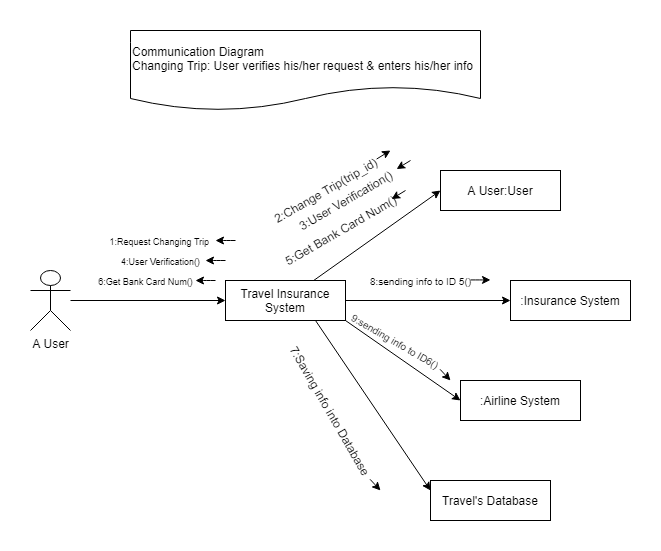
Above: Lab-07 (Sequence Diagram)/Communication Diagram/Communication-ChangeTrip.png in travel-insurance-worker/SE1-Project-material (draw.io), before the change. Source tidied: cells renumbered, new cells last; positions are measured from the earlier drawing's top-left corner, leaving out a move shared by most shapes. Source of this version:
```xml
<mxGraphModel>
  <root>
    <mxCell id="0" />
    <mxCell id="1" parent="0" />
    <mxCell id="2" value="Communication Diagram&lt;br&gt;Changing Trip: User verifies his/her request &amp;amp; enters his/her info&amp;nbsp;" style="shape=document;whiteSpace=wrap;html=1;boundedLbl=1;align=left;" parent="1" vertex="1">
      <mxGeometry x="100" width="350" height="80" as="geometry" />
    </mxCell>
    <mxCell id="3" value=":Airline System" style="rounded=0;whiteSpace=wrap;html=1;" parent="1" vertex="1">
      <mxGeometry x="430" y="350" width="120" height="40" as="geometry" />
    </mxCell>
    <mxCell id="4" value=":Insurance System" style="rounded=0;whiteSpace=wrap;html=1;" parent="1" vertex="1">
      <mxGeometry x="480" y="250" width="120" height="40" as="geometry" />
    </mxCell>
    <mxCell id="5" style="rounded=0;jettySize=auto;html=1;entryX=0;entryY=0.5;entryDx=0;entryDy=0;" parent="1" edge="1" source="9" target="10">
      <mxGeometry relative="1" as="geometry" />
    </mxCell>
    <mxCell id="6" style="edgeStyle=none;rounded=0;jettySize=auto;html=1;entryX=0;entryY=0.5;entryDx=0;entryDy=0;" parent="1" edge="1" source="9" target="4">
      <mxGeometry relative="1" as="geometry" />
    </mxCell>
    <mxCell id="7" style="edgeStyle=none;rounded=0;jettySize=auto;html=1;exitX=1;exitY=1;exitDx=0;exitDy=0;entryX=0;entryY=0.5;entryDx=0;entryDy=0;" parent="1" edge="1" source="9" target="3">
      <mxGeometry relative="1" as="geometry" />
    </mxCell>
    <mxCell id="8" style="edgeStyle=none;rounded=0;jettySize=auto;html=1;exitX=0.75;exitY=1;exitDx=0;exitDy=0;entryX=0;entryY=0.25;entryDx=0;entryDy=0;" parent="1" edge="1" source="9" target="25">
      <mxGeometry relative="1" as="geometry" />
    </mxCell>
    <mxCell id="9" value="Travel Insurance System" style="rounded=0;whiteSpace=wrap;html=1;" parent="1" vertex="1">
      <mxGeometry x="195" y="250" width="120" height="40" as="geometry" />
    </mxCell>
    <mxCell id="10" value="A User:User" style="rounded=0;whiteSpace=wrap;html=1;" parent="1" vertex="1">
      <mxGeometry x="410" y="140" width="120" height="40" as="geometry" />
    </mxCell>
    <mxCell id="11" style="edgeStyle=none;rounded=0;jettySize=auto;html=1;entryX=0;entryY=0.5;entryDx=0;entryDy=0;" parent="1" edge="1" source="12" target="9">
      <mxGeometry relative="1" as="geometry" />
    </mxCell>
    <mxCell id="12" value="A User" style="shape=umlActor;verticalLabelPosition=bottom;labelBackgroundColor=#ffffff;verticalAlign=top;html=1;outlineConnect=0;" parent="1" vertex="1">
      <mxGeometry y="240" width="40" height="60" as="geometry" />
    </mxCell>
    <mxCell id="13" value="&lt;font style=&quot;font-size: 9px&quot;&gt;1:Request Changing Trip&amp;nbsp;&lt;/font&gt;" style="text;html=1;align=center;verticalAlign=middle;" parent="1" vertex="1">
      <mxGeometry x="70" y="200" width="120" height="20" as="geometry" />
    </mxCell>
    <mxCell id="14" value="&lt;span style=&quot;color: rgba(0 , 0 , 0 , 0) ; font-family: monospace ; font-size: 0px&quot;&gt;%3CmxGraphModel%3E%3Croot%3E%3CmxCell%20id%3D%220%22%2F%3E%3CmxCell%20id%3D%221%22%20parent%3D%220%22%2F%3E%3CmxCell%20id%3D%222%22%20value%3D%22%22%20style%3D%22endArrow%3Dclassic%3Bhtml%3D1%3B%22%20edge%3D%221%22%20parent%3D%221%22%3E%3CmxGeometry%20width%3D%2250%22%20height%3D%2250%22%20relative%3D%221%22%20as%3D%22geometry%22%3E%3CmxPoint%20x%3D%22370%22%20y%3D%22120%22%20as%3D%22sourcePoint%22%2F%3E%3CmxPoint%20x%3D%22330%22%20y%3D%22120%22%20as%3D%22targetPoint%22%2F%3E%3CArray%20as%3D%22points%22%3E%3CmxPoint%20x%3D%22370%22%20y%3D%22120%22%2F%3E%3C%2FArray%3E%3C%2FmxGeometry%3E%3C%2FmxCell%3E%3C%2Froot%3E%3C%2FmxGraphModel%3E&lt;/span&gt;2:Change Trip(trip_id)" style="text;html=1;align=center;verticalAlign=middle;rotation=-30;" parent="1" vertex="1">
      <mxGeometry x="230" y="150" width="130" height="20" as="geometry" />
    </mxCell>
    <mxCell id="15" value="3:User Verification()" style="text;html=1;align=center;verticalAlign=middle;points=[];rotation=-30;" parent="1" vertex="1">
      <mxGeometry x="255" y="160" width="120" height="20" as="geometry" />
    </mxCell>
    <mxCell id="16" style="endArrow=classic;html=1;" parent="1" edge="1">
      <mxGeometry relative="1" as="geometry">
        <mxPoint x="195" y="230" as="sourcePoint" />
        <mxPoint x="175" y="230" as="targetPoint" />
        <Array as="points">
          <mxPoint x="185" y="230" />
        </Array>
      </mxGeometry>
    </mxCell>
    <mxCell id="17" style="endArrow=classic;html=1;" parent="1" edge="1" target="15">
      <mxGeometry relative="1" as="geometry">
        <mxPoint x="380" y="130" as="sourcePoint" />
      </mxGeometry>
    </mxCell>
    <mxCell id="18" style="endArrow=classic;html=1;" parent="1" edge="1">
      <mxGeometry relative="1" as="geometry">
        <mxPoint x="346.1" y="128.5" as="sourcePoint" />
        <mxPoint x="360" y="120" as="targetPoint" />
      </mxGeometry>
    </mxCell>
    <mxCell id="19" value="&lt;font style=&quot;font-size: 9px&quot;&gt;4:User Verification()&lt;/font&gt;" style="text;html=1;align=center;verticalAlign=middle;" parent="1" vertex="1">
      <mxGeometry x="85" y="220" width="90" height="20" as="geometry" />
    </mxCell>
    <mxCell id="20" style="endArrow=classic;html=1;" parent="1" edge="1">
      <mxGeometry relative="1" as="geometry">
        <mxPoint x="205" y="210" as="sourcePoint" />
        <mxPoint x="185" y="210" as="targetPoint" />
        <Array as="points">
          <mxPoint x="195" y="210" />
        </Array>
      </mxGeometry>
    </mxCell>
    <mxCell id="21" value="5:Get Bank Card Num()" style="text;html=1;align=center;verticalAlign=middle;rotation=-30;" parent="1" vertex="1">
      <mxGeometry x="240" y="190" width="140" height="20" as="geometry" />
    </mxCell>
    <mxCell id="22" style="endArrow=classic;html=1;" parent="1" edge="1">
      <mxGeometry relative="1" as="geometry">
        <mxPoint x="375" y="160" as="sourcePoint" />
        <mxPoint x="361.1" y="168.5" as="targetPoint" />
      </mxGeometry>
    </mxCell>
    <mxCell id="23" value="&lt;font style=&quot;font-size: 9px&quot;&gt;6:Get Bank Card Num()&lt;/font&gt;" style="text;html=1;align=center;verticalAlign=middle;" parent="1" vertex="1">
      <mxGeometry x="60" y="240" width="110" height="20" as="geometry" />
    </mxCell>
    <mxCell id="24" style="endArrow=classic;html=1;" parent="1" edge="1">
      <mxGeometry relative="1" as="geometry">
        <mxPoint x="185" y="250" as="sourcePoint" />
        <mxPoint x="165" y="250" as="targetPoint" />
        <Array as="points">
          <mxPoint x="175" y="250" />
        </Array>
      </mxGeometry>
    </mxCell>
    <mxCell id="25" value="Travel's Database" style="rounded=0;whiteSpace=wrap;html=1;" parent="1" vertex="1">
      <mxGeometry x="400" y="450" width="120" height="40" as="geometry" />
    </mxCell>
    <mxCell id="26" value="7:Saving info into Database" style="text;html=1;align=center;verticalAlign=middle;points=[];rotation=60;" parent="1" vertex="1">
      <mxGeometry x="220" y="370" width="160" height="20" as="geometry" />
    </mxCell>
    <mxCell id="27" style="endArrow=classic;html=1;entryX=0.996;entryY=0.508;entryDx=0;entryDy=0;entryPerimeter=0;exitX=0.996;exitY=0.508;exitDx=0;exitDy=0;exitPerimeter=0;" parent="1" edge="1" source="26">
      <mxGeometry relative="1" as="geometry">
        <mxPoint x="350" y="460" as="targetPoint" />
        <Array as="points">
          <mxPoint x="350" y="460" />
        </Array>
      </mxGeometry>
    </mxCell>
    <mxCell id="28" value="&lt;font style=&quot;font-size: 10px&quot;&gt;8:sending info to ID 5()&lt;/font&gt;" style="text;html=1;align=center;verticalAlign=middle;rotation=0;" parent="1" vertex="1">
      <mxGeometry x="330" y="240" width="120" height="20" as="geometry" />
    </mxCell>
    <mxCell id="29" style="endArrow=classic;html=1;" parent="1" edge="1">
      <mxGeometry relative="1" as="geometry">
        <mxPoint x="440" y="249.4" as="sourcePoint" />
        <mxPoint x="460" y="249.4" as="targetPoint" />
        <Array as="points">
          <mxPoint x="450" y="249.4" />
        </Array>
      </mxGeometry>
    </mxCell>
    <mxCell id="30" value="&lt;font style=&quot;font-size: 10px&quot;&gt;9:sending info to ID6()&lt;/font&gt;" style="text;html=1;align=center;verticalAlign=middle;rotation=30;" parent="1" vertex="1">
      <mxGeometry x="310" y="300" width="110" height="20" as="geometry" />
    </mxCell>
    <mxCell id="31" style="endArrow=classic;html=1;entryX=0.996;entryY=0.508;entryDx=0;entryDy=0;entryPerimeter=0;exitX=0.996;exitY=0.508;exitDx=0;exitDy=0;exitPerimeter=0;" parent="1" edge="1">
      <mxGeometry relative="1" as="geometry">
        <mxPoint x="409.5" y="338.8" as="sourcePoint" />
        <mxPoint x="420" y="350" as="targetPoint" />
        <Array as="points">
          <mxPoint x="420" y="350" />
        </Array>
      </mxGeometry>
    </mxCell>
  </root>
</mxGraphModel>
```
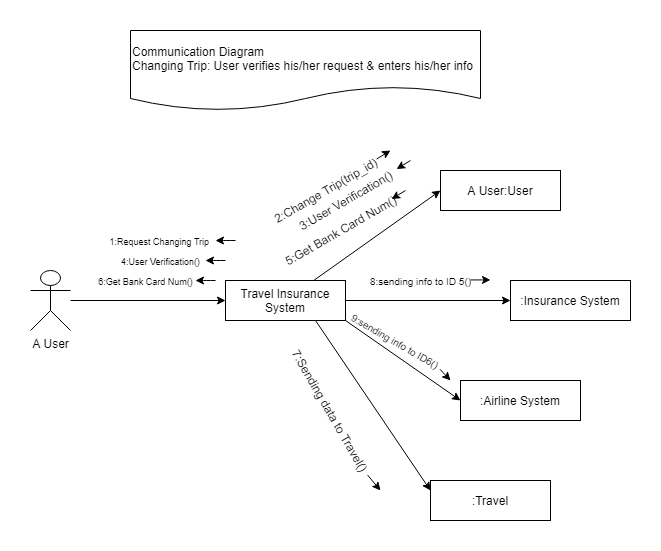
Later version of the same file.

Commit message:
Update Communication diagram

The edit, as a diff of the source:
```diff
@@ -97,11 +97,11 @@
         </Array>
       </mxGeometry>
     </mxCell>
-    <mxCell id="25" value="Travel's Database" style="rounded=0;whiteSpace=wrap;html=1;" parent="1" vertex="1">
+    <mxCell id="25" value=":Travel" style="rounded=0;whiteSpace=wrap;html=1;" parent="1" vertex="1">
       <mxGeometry x="400" y="450" width="120" height="40" as="geometry" />
     </mxCell>
-    <mxCell id="26" value="7:Saving info into Database" style="text;html=1;align=center;verticalAlign=middle;points=[];rotation=60;" parent="1" vertex="1">
-      <mxGeometry x="220" y="370" width="160" height="20" as="geometry" />
+    <mxCell id="26" value="7:Sending data to Travel()" style="text;html=1;align=center;verticalAlign=middle;points=[];rotation=60;" parent="1" vertex="1">
+      <mxGeometry x="225" y="370" width="150" height="20" as="geometry" />
     </mxCell>
     <mxCell id="27" style="endArrow=classic;html=1;entryX=0.996;entryY=0.508;entryDx=0;entryDy=0;entryPerimeter=0;exitX=0.996;exitY=0.508;exitDx=0;exitDy=0;exitPerimeter=0;" parent="1" edge="1" source="26">
       <mxGeometry relative="1" as="geometry">
```
